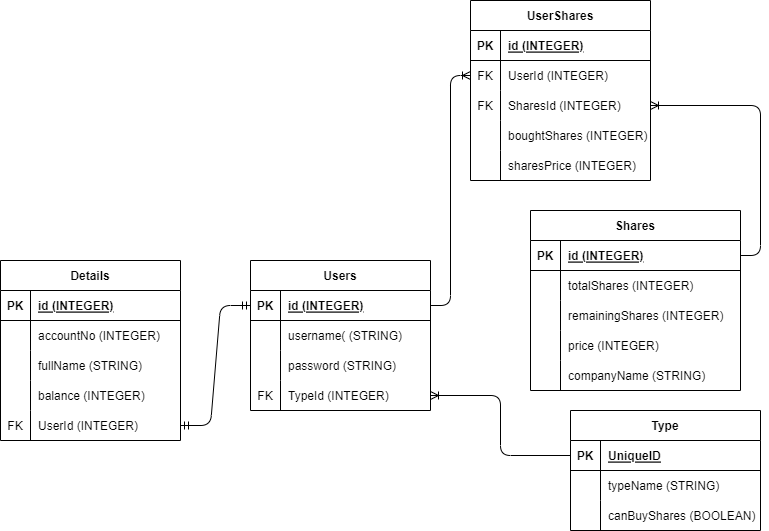
Earlier version of the draw.io export bukanPinjol.drawio.png (muhFaza/BukanPinjol). Source tidied: cells renumbered, new cells last; positions are measured from the earlier drawing's top-left corner, leaving out a move shared by most shapes.
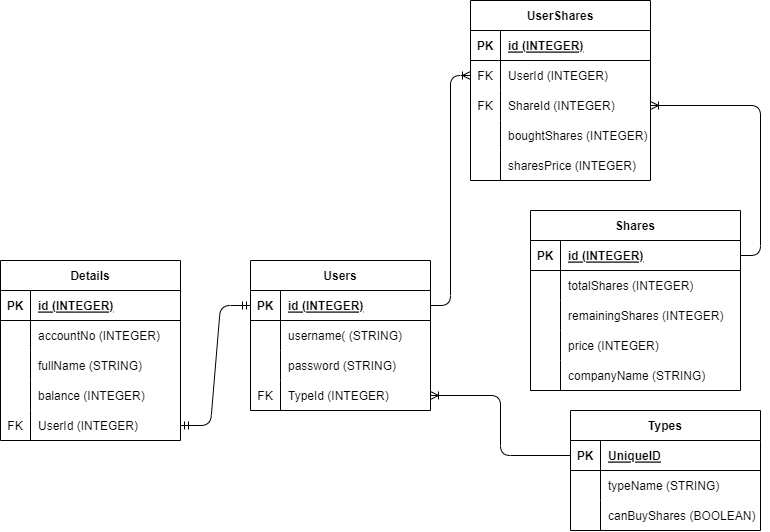
Later version of the same file.

What changed in the source:
```diff
@@ -89,7 +89,7 @@
     <mxCell id="30" value="companyName (STRING)" style="shape=partialRectangle;fillColor=none;top=0;left=0;bottom=0;right=0;align=left;spacingLeft=6;overflow=hidden;" parent="28" vertex="1">
       <mxGeometry x="30" width="180" height="30" as="geometry" />
     </mxCell>
-    <mxCell id="31" value="Type" style="shape=table;startSize=30;rowLines=0;fontStyle=1;align=center;" parent="1" vertex="1">
+    <mxCell id="31" value="Types" style="shape=table;startSize=30;rowLines=0;fontStyle=1;align=center;" parent="1" vertex="1">
       <mxGeometry x="570" y="410" width="190" height="120" as="geometry" />
     </mxCell>
     <mxCell id="32" style="shape=tableRow;horizontal=0;startSize=0;swimlaneHead=0;swimlaneBody=0;fillColor=none;points=[[0,0.5],[1,0.5]];portConstraint=eastwest;top=0;left=0;right=0;bottom=1;" parent="31" vertex="1">
@@ -200,7 +200,7 @@
     <mxCell id="67" value="FK" style="shape=partialRectangle;fillColor=none;top=0;left=0;bottom=0;right=0;overflow=hidden;" parent="66" vertex="1">
       <mxGeometry width="30" height="30" as="geometry" />
     </mxCell>
-    <mxCell id="68" value="SharesId (INTEGER)" style="shape=partialRectangle;fillColor=none;top=0;left=0;bottom=0;right=0;align=left;spacingLeft=6;overflow=hidden;" parent="66" vertex="1">
+    <mxCell id="68" value="ShareId (INTEGER)" style="shape=partialRectangle;fillColor=none;top=0;left=0;bottom=0;right=0;align=left;spacingLeft=6;overflow=hidden;" parent="66" vertex="1">
       <mxGeometry x="30" width="150" height="30" as="geometry" />
     </mxCell>
     <mxCell id="69" style="shape=tableRow;horizontal=0;startSize=0;swimlaneHead=0;swimlaneBody=0;fillColor=none;top=0;left=0;right=0;bottom=0;" parent="59" vertex="1">
```
